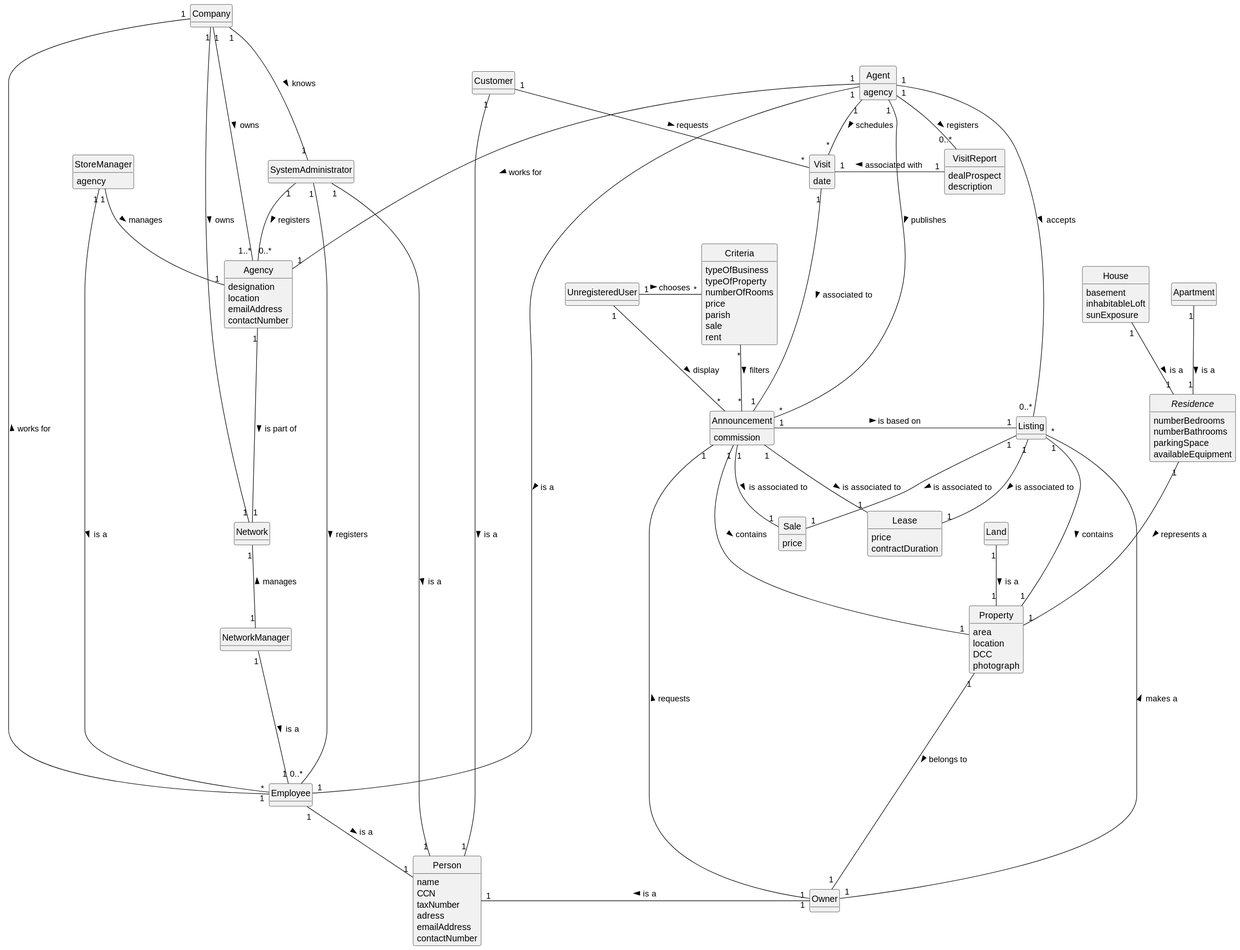
Before: docs/sprintA/global-artifacts/02.analysis/svg/project-domain-model.svg, a diagram exported from PlantUML (rita-barbosa/LAPR2-2223). Its diagram source:
```plantuml
@startuml
skinparam monochrome true
skinparam packageStyle rectangle
skinparam shadowing false
skinparam classAttributeIconSize 0
hide circle
hide methods


class Company {
}

class SystemAdministrator {
}

class Agency {
designation
location
emailAddress
contactNumber
}

class Employee {
}

class Person{
name
CCN
taxNumber
adress
emailAddress
contactNumber
}


class Owner{
}

class Customer{
}

class Agent{
agency
}

class StoreManager{
agency
}
class NetworkManager{
}
class Announcement{
commission
}
class Listing{
}
class Visit{
date
}
class VisitReport{
 dealProspect
 description
}
class Property{
 area
 location
 DCC
 photograph
}
class Land{
}
abstract class Residence{
 numberBedrooms
 numberBathrooms
 parkingSpace
availableEquipment
}
class Apartment{
}
class House{
 basement
 inhabitableLoft
 sunExposure
}

class Network{}
class Sale{
price
}
class Lease{
price
contractDuration
}
class UnregisteredUser{
}
class Criteria{
    typeOfBusiness
    typeOfProperty
    numberOfRooms
    price
    parish
    sale
    rent
}

Employee "*" -up- "1" Company : works for >
Company "1" --- "1..*" Agency : owns >
Company "1" --- "1" SystemAdministrator : knows >
SystemAdministrator "1" - "1" Person: is a >
SystemAdministrator "1" -- "0..*" Employee: registers >
SystemAdministrator "1" -- "0..*" Agency: registers >
Employee "1" -- "1" Person: is a >
Person "1" - "1" Owner: is a <
Customer "1" -- "1" Person: is a >
Agent "1" -- "1" Employee: is a >
StoreManager "1" -- "1" Employee: is a >
NetworkManager "1" --- "1" Employee: is a >
Agent "1" - "*" Announcement: publishes >
Agent "1" -- "*" Visit: schedules >
Agent "1" --- "1" Agency: works for >
Owner "1" -up- "*" Listing: makes a >
Customer "1" -- "*" Visit:  requests >
StoreManager "1" -- "1" Agency: manages >
NetworkManager "1" -up- "1" Network: manages >
Agency "1" --- "1" Network: is part of >
Company "1" -- "1" Network: owns >
Announcement "1" -- "1" Property: contains >
Announcement "1" - "1" Owner: requests <
Visit "1" --- "1" Announcement: associated to >
Land "1" -- "1" Property: is a >
Residence "1" --- "1" Property:  represents a >
Apartment "1" -- "1" Residence: is a >
House "1" -- "1" Residence: is a >
Listing "1" --- "1" Property: contains >
Announcement "1"-- "1" Sale: is associated to >
Announcement "1" - "1" Lease: is associated to >
Announcement "1" - "1" Listing: is based on >
Listing "1"-- "1" Sale: is associated to >
Listing "1" -- "1" Lease: is associated to >
Property "1" --- "1" Owner:  belongs to >
Visit "1" - "1"  VisitReport: associated with <
Agent "1" - "0..*" VisitReport: registers >
Agent "1" -- "0..*" Listing: accepts >
UnregisteredUser "1" - "*" Announcement: display >
UnregisteredUser "1" - "*" Criteria: chooses >
Criteria "*" -- "*" Announcement: filters >
@enduml
```
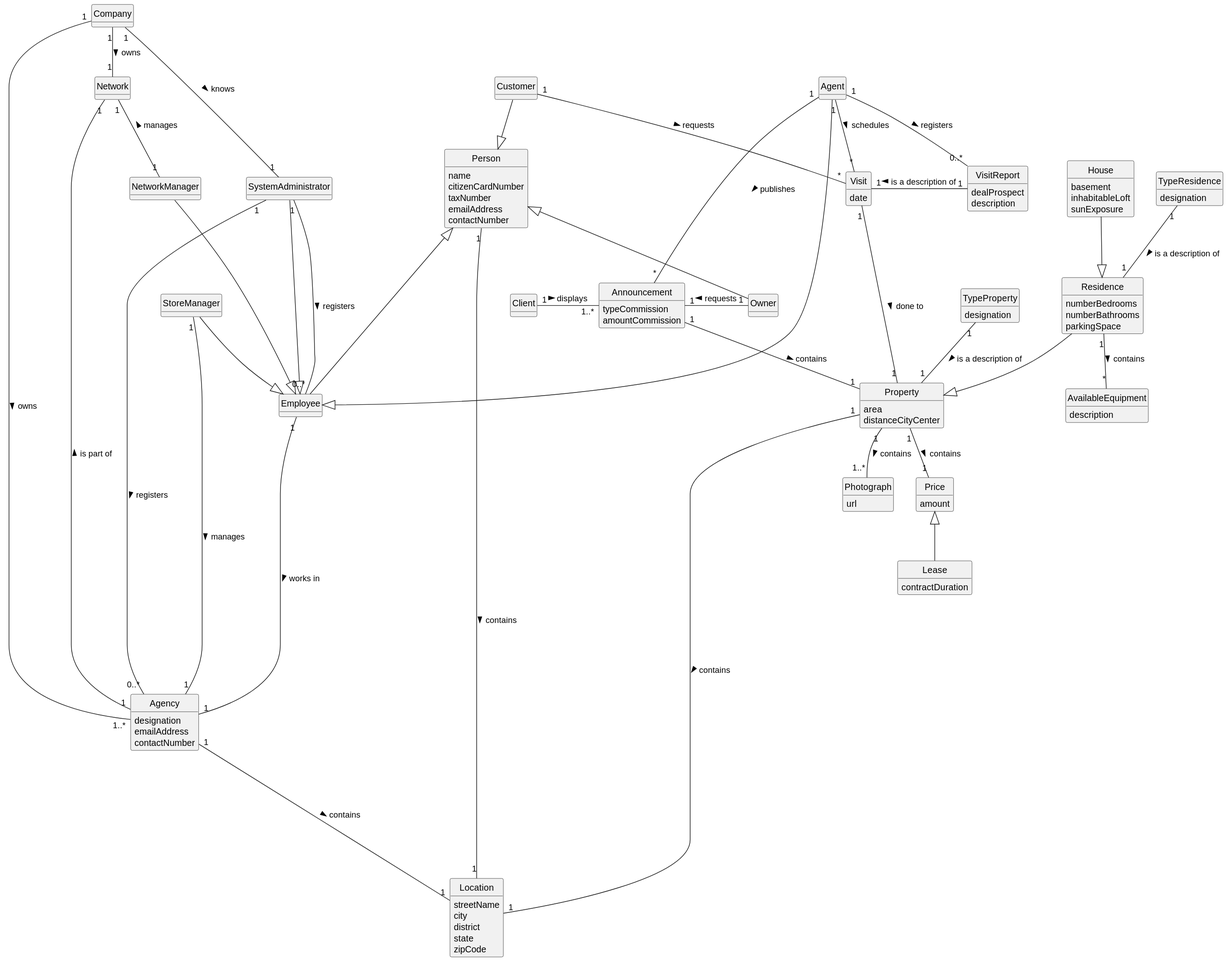
Above is the later version.

Commit message:
Adding class 'AvailableEquipment' to project-domain-model

The edit, as a diff of the source:
```diff
@@ -15,7 +15,6 @@
 
 class Agency {
 designation
-location
 emailAddress
 contactNumber
 }
@@ -25,9 +24,8 @@
 
 class Person{
 name
-CCN
+citizenCardNumber
 taxNumber
-adress
 emailAddress
 contactNumber
 }
@@ -40,19 +38,17 @@
 }
 
 class Agent{
-agency
 }
 
 class StoreManager{
-agency
 }
 class NetworkManager{
 }
 class Announcement{
-commission
+typeCommission
+amountCommission
 }
-class Listing{
-}
+
 class Visit{
 date
 }
@@ -62,62 +58,62 @@
 }
 class Property{
  area
- location
- DCC
- photograph
+ distanceCityCenter
 }
-class Land{
-}
-abstract class Residence{
+
+class Residence{
  numberBedrooms
  numberBathrooms
  parkingSpace
-availableEquipment
 }
-class Apartment{
+class AvailableEquipment{
+description
 }
 class House{
  basement
  inhabitableLoft
  sunExposure
 }
-
 class Network{}
-class Sale{
-price
+class Client{
+}
+class TypeProperty{
+designation
+}
+class TypeResidence{
+designation
+}
+class Photograph{
+url
+}
+class Location{
+streetName
+city
+district
+state
+zipCode
+}
+class Price{
+amount
 }
 class Lease{
-price
 contractDuration
 }
-class UnregisteredUser{
-}
-class Criteria{
-    typeOfBusiness
-    typeOfProperty
-    numberOfRooms
-    price
-    parish
-    sale
-    rent
-}
 
-Employee "*" -up- "1" Company : works for >
+
 Company "1" --- "1..*" Agency : owns >
 Company "1" --- "1" SystemAdministrator : knows >
-SystemAdministrator "1" - "1" Person: is a >
-SystemAdministrator "1" -- "0..*" Employee: registers >
+SystemAdministrator --|> Employee
+SystemAdministrator "1" --- "0..*" Employee: registers >
 SystemAdministrator "1" -- "0..*" Agency: registers >
-Employee "1" -- "1" Person: is a >
-Person "1" - "1" Owner: is a <
-Customer "1" -- "1" Person: is a >
-Agent "1" -- "1" Employee: is a >
-StoreManager "1" -- "1" Employee: is a >
-NetworkManager "1" --- "1" Employee: is a >
-Agent "1" - "*" Announcement: publishes >
-Agent "1" -- "*" Visit: schedules >
-Agent "1" --- "1" Agency: works for >
-Owner "1" -up- "*" Listing: makes a >
+Person  <|--  Employee
+Person <|-- Owner
+Customer  --|> Person
+Agent  ----|> Employee
+StoreManager --|> Employee
+NetworkManager ---|> Employee
+Agent "1" --- "*" Announcement: publishes >
+Agent "1" - "*" Visit: schedules >
 Customer "1" -- "*" Visit:  requests >
 StoreManager "1" -- "1" Agency: manages >
 NetworkManager "1" -up- "1" Network: manages >
@@ -125,22 +121,20 @@
 Company "1" -- "1" Network: owns >
 Announcement "1" -- "1" Property: contains >
 Announcement "1" - "1" Owner: requests <
-Visit "1" --- "1" Announcement: associated to >
-Land "1" -- "1" Property: is a >
-Residence "1" --- "1" Property:  represents a >
-Apartment "1" -- "1" Residence: is a >
-House "1" -- "1" Residence: is a >
-Listing "1" --- "1" Property: contains >
-Announcement "1"-- "1" Sale: is associated to >
-Announcement "1" - "1" Lease: is associated to >
-Announcement "1" - "1" Listing: is based on >
-Listing "1"-- "1" Sale: is associated to >
-Listing "1" -- "1" Lease: is associated to >
-Property "1" --- "1" Owner:  belongs to >
-Visit "1" - "1"  VisitReport: associated with <
-Agent "1" - "0..*" VisitReport: registers >
-Agent "1" -- "0..*" Listing: accepts >
-UnregisteredUser "1" - "*" Announcement: display >
-UnregisteredUser "1" - "*" Criteria: chooses >
-Criteria "*" -- "*" Announcement: filters >
+Visit "1" -- "1" Property: done to >
+Residence  --|>  Property
+House --|> Residence
+Visit "1" - "1"  VisitReport: is a description of <
+Agent "1" -- "0..*" VisitReport: registers >
+Client "1" - "1..*" Announcement: displays >
+Employee "1" ----- "1" Agency: works in  >
+TypeProperty "1" -- "1" Property: is a description of >
+TypeResidence "1" -- "1" Residence: is a description of >
+Property "1" -- "1..*" Photograph: contains >
+Property "1"--"1" Location: contains >
+Property "1" -- "1" Price: contains >
+Price <|-- Lease
+Person "1" ---- "1" Location: contains >
+Agency "1" ---- "1" Location: contains >
+Residence "1" -- "*"AvailableEquipment: contains >
 @enduml
```
